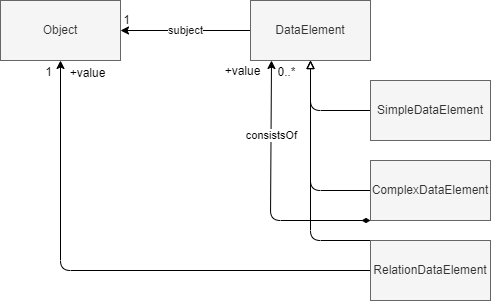
Earlier version of the draw.io export media/level1.2.png (Geonovum/IMX-Metadata). Source tidied: cells renumbered, new cells last; positions are measured from the earlier drawing's top-left corner, leaving out a move shared by most shapes.
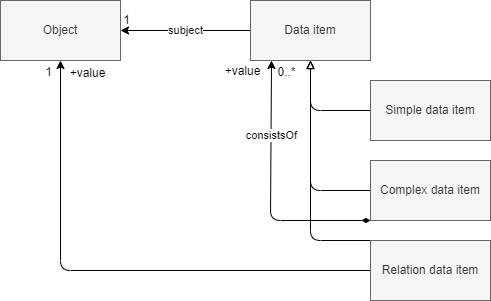
Later version of the same file.

Diff of the diagram source:
```diff
@@ -14,7 +14,7 @@
     <mxCell id="5" value="Object" style="rounded=0;whiteSpace=wrap;html=1;fillColor=#f5f5f5;fontColor=#333333;strokeColor=#666666;" parent="1" vertex="1">
       <mxGeometry width="120" height="60" as="geometry" />
     </mxCell>
-    <mxCell id="6" value="DataElement" style="rounded=0;whiteSpace=wrap;html=1;fillColor=#f5f5f5;fontColor=#333333;strokeColor=#666666;" parent="1" vertex="1">
+    <mxCell id="6" value="Data item" style="rounded=0;whiteSpace=wrap;html=1;fillColor=#f5f5f5;fontColor=#333333;strokeColor=#666666;" parent="1" vertex="1">
       <mxGeometry x="250" width="120" height="60" as="geometry" />
     </mxCell>
     <mxCell id="7" style="edgeStyle=none;html=1;endArrow=block;endFill=0;" parent="1" edge="1" source="8" target="6">
@@ -24,7 +24,7 @@
         </Array>
       </mxGeometry>
     </mxCell>
-    <mxCell id="8" value="SimpleDataElement" style="rounded=0;whiteSpace=wrap;html=1;fillColor=#f5f5f5;fontColor=#333333;strokeColor=#666666;" parent="1" vertex="1">
+    <mxCell id="8" value="Simple data item" style="rounded=0;whiteSpace=wrap;html=1;fillColor=#f5f5f5;fontColor=#333333;strokeColor=#666666;" parent="1" vertex="1">
       <mxGeometry x="370" y="80" width="120" height="60" as="geometry" />
     </mxCell>
     <mxCell id="9" style="edgeStyle=none;html=1;endArrow=block;endFill=0;" parent="1" edge="1" source="11" target="6">
@@ -41,7 +41,7 @@
         </Array>
       </mxGeometry>
     </mxCell>
-    <mxCell id="11" value="ComplexDataElement" style="rounded=0;whiteSpace=wrap;html=1;fillColor=#f5f5f5;fontColor=#333333;strokeColor=#666666;" parent="1" vertex="1">
+    <mxCell id="11" value="Complex data item" style="rounded=0;whiteSpace=wrap;html=1;fillColor=#f5f5f5;fontColor=#333333;strokeColor=#666666;" parent="1" vertex="1">
       <mxGeometry x="370" y="160" width="120" height="60" as="geometry" />
     </mxCell>
     <mxCell id="12" style="edgeStyle=none;html=1;" parent="1" edge="1" source="14" target="5">
@@ -58,7 +58,7 @@
         </Array>
       </mxGeometry>
     </mxCell>
-    <mxCell id="14" value="RelationDataElement" style="rounded=0;whiteSpace=wrap;html=1;fillColor=#f5f5f5;fontColor=#333333;strokeColor=#666666;" parent="1" vertex="1">
+    <mxCell id="14" value="Relation data item" style="rounded=0;whiteSpace=wrap;html=1;fillColor=#f5f5f5;fontColor=#333333;strokeColor=#666666;" parent="1" vertex="1">
       <mxGeometry x="370" y="240" width="120" height="60" as="geometry" />
     </mxCell>
     <mxCell id="15" value="+value" style="text;html=1;align=center;verticalAlign=middle;strokeColor=none;fillColor=none;" parent="1" vertex="1">
```
